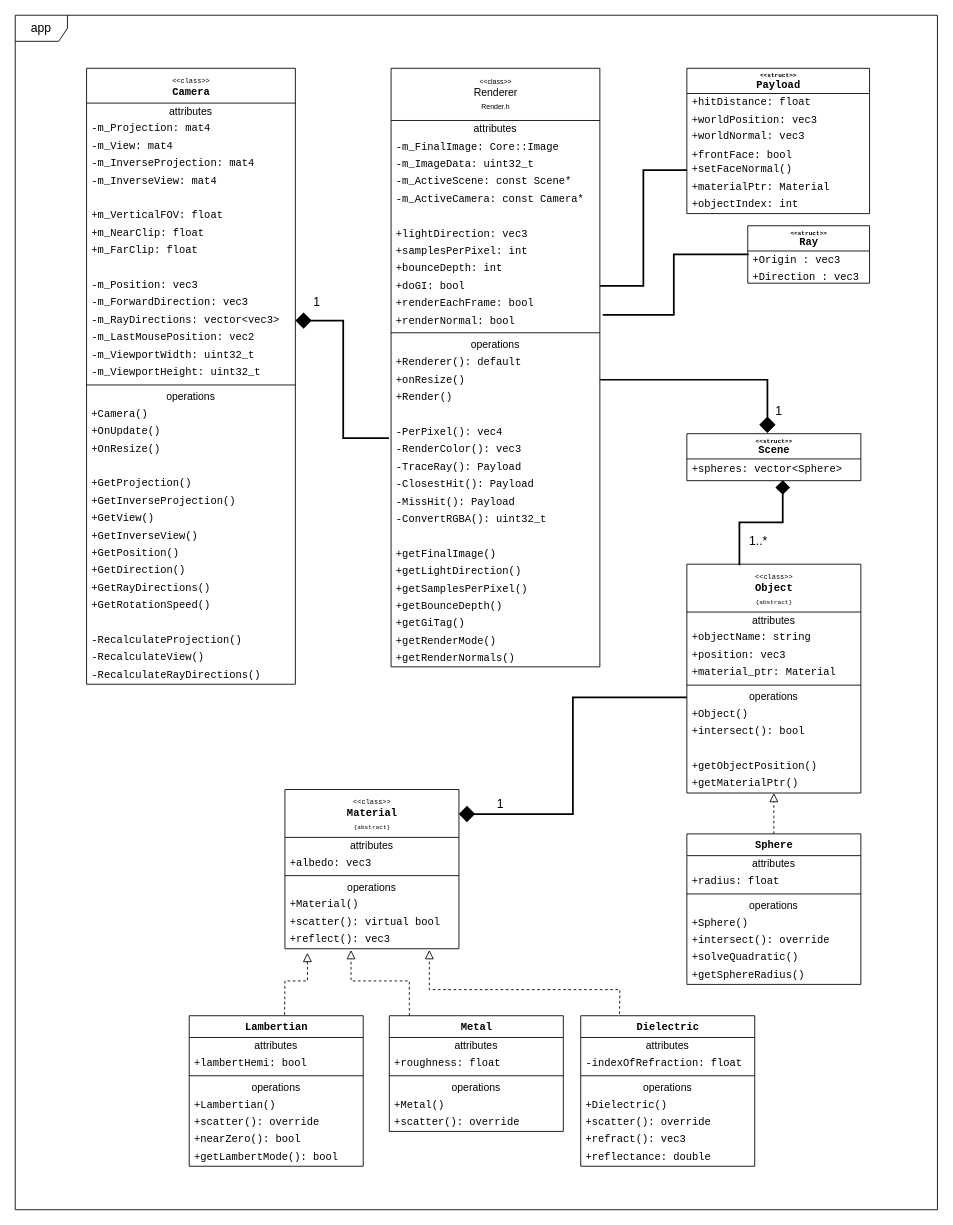
Earlier version of the draw.io diagram documentation/uml/classDiagram.drawio (DeanKJones/RayTracer). Source tidied: cells renumbered, new cells numbered last; positions are measured from the earlier drawing's top-left corner, leaving out a move shared by most shapes. Both pictures are drawn from the tidied source at 87%, with x=0, y=0 at pixel (15, 15).
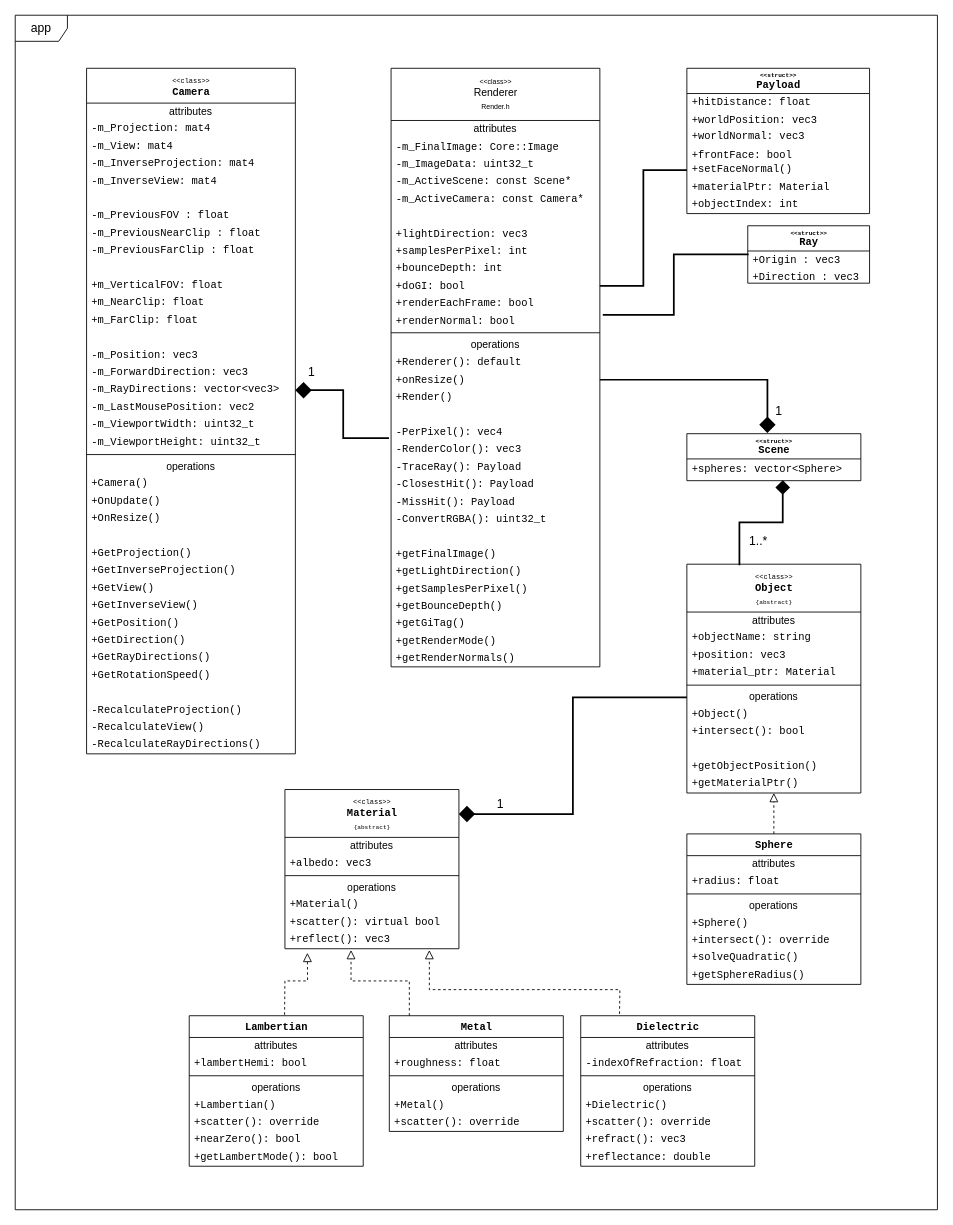
The same diagram, later.

Commit message (it also covers changes not shown here):
Update Class Diagram

The edit, as a diff of the source:
```diff
@@
     <mxCell id="85" value="&lt;font style=&quot;font-size: 8px&quot;&gt;&amp;lt;&amp;lt;class&amp;gt;&amp;gt;&lt;/font&gt;&lt;br&gt;&lt;b&gt;Camera&lt;/b&gt;" style="swimlane;fontStyle=0;align=center;verticalAlign=top;horizontal=1;startSize=40;html=1;fontFamily=Courier New;fontSize=12;rounded=0;" parent="1" vertex="1">
-      <mxGeometry x="82" y="61" width="240" height="708" as="geometry" />
+      <mxGeometry x="82" y="61" width="240" height="788" as="geometry" />
     </mxCell>
@@
+    <mxCell id="148" value="&lt;br&gt;" style="text;html=1;strokeColor=none;fillColor=none;align=left;verticalAlign=middle;spacingLeft=4;spacingRight=4;overflow=hidden;fontFamily=Courier New;fontSize=12;rounded=0;" parent="85" vertex="1">
+      <mxGeometry y="140" width="240" height="20" as="geometry" />
+    </mxCell>
+    <mxCell id="149" value="-m_PreviousFOV : float" style="text;html=1;strokeColor=none;fillColor=none;align=left;verticalAlign=middle;spacingLeft=4;spacingRight=4;overflow=hidden;fontFamily=Courier New;fontSize=12;rounded=0;" parent="85" vertex="1">
+      <mxGeometry y="160" width="240" height="20" as="geometry" />
+    </mxCell>
+    <mxCell id="150" value="-m_PreviousNearClip : float" style="text;html=1;strokeColor=none;fillColor=none;align=left;verticalAlign=middle;spacingLeft=4;spacingRight=4;overflow=hidden;fontFamily=Courier New;fontSize=12;rounded=0;" parent="85" vertex="1">
+      <mxGeometry y="180" width="240" height="20" as="geometry" />
+    </mxCell>
+    <mxCell id="151" value="-m_PreviousFarClip : float" style="text;html=1;strokeColor=none;fillColor=none;align=left;verticalAlign=middle;spacingLeft=4;spacingRight=4;overflow=hidden;fontFamily=Courier New;fontSize=12;rounded=0;" parent="85" vertex="1">
+      <mxGeometry y="200" width="240" height="20" as="geometry" />
+    </mxCell>
     <mxCell id="91" value="&lt;br&gt;" style="text;html=1;strokeColor=none;fillColor=none;align=left;verticalAlign=middle;spacingLeft=4;spacingRight=4;overflow=hidden;fontFamily=Courier New;fontSize=12;rounded=0;" parent="85" vertex="1">
-      <mxGeometry y="140" width="240" height="20" as="geometry" />
+      <mxGeometry y="220" width="240" height="20" as="geometry" />
     </mxCell>
     <mxCell id="92" value="+m_VerticalFOV: float" style="text;html=1;strokeColor=none;fillColor=none;align=left;verticalAlign=middle;spacingLeft=4;spacingRight=4;overflow=hidden;fontFamily=Courier New;fontSize=12;rounded=0;" parent="85" vertex="1">
-      <mxGeometry y="160" width="240" height="20" as="geometry" />
+      <mxGeometry y="240" width="240" height="20" as="geometry" />
     </mxCell>
     <mxCell id="93" value="+m_NearClip: float" style="text;html=1;strokeColor=none;fillColor=none;align=left;verticalAlign=middle;spacingLeft=4;spacingRight=4;overflow=hidden;fontFamily=Courier New;fontSize=12;rounded=0;" parent="85" vertex="1">
-      <mxGeometry y="180" width="240" height="20" as="geometry" />
+      <mxGeometry y="260" width="240" height="20" as="geometry" />
     </mxCell>
     <mxCell id="94" value="+m_FarClip: float" style="text;html=1;strokeColor=none;fillColor=none;align=left;verticalAlign=middle;spacingLeft=4;spacingRight=4;overflow=hidden;fontFamily=Courier New;fontSize=12;rounded=0;" parent="85" vertex="1">
-      <mxGeometry y="200" width="240" height="20" as="geometry" />
+      <mxGeometry y="280" width="240" height="20" as="geometry" />
     </mxCell>
     <mxCell id="95" value="&lt;br&gt;" style="text;html=1;strokeColor=none;fillColor=none;align=left;verticalAlign=middle;spacingLeft=4;spacingRight=4;overflow=hidden;fontFamily=Courier New;fontSize=12;rounded=0;" parent="85" vertex="1">
-      <mxGeometry y="220" width="240" height="20" as="geometry" />
+      <mxGeometry y="300" width="240" height="20" as="geometry" />
     </mxCell>
     <mxCell id="96" value="-m_Position: vec3" style="text;html=1;strokeColor=none;fillColor=none;align=left;verticalAlign=middle;spacingLeft=4;spacingRight=4;overflow=hidden;fontFamily=Courier New;fontSize=12;rounded=0;" parent="85" vertex="1">
-      <mxGeometry y="240" width="240" height="20" as="geometry" />
+      <mxGeometry y="320" width="240" height="20" as="geometry" />
     </mxCell>
     <mxCell id="97" value="-m_ForwardDirection: vec3" style="text;html=1;strokeColor=none;fillColor=none;align=left;verticalAlign=middle;spacingLeft=4;spacingRight=4;overflow=hidden;fontFamily=Courier New;fontSize=12;rounded=0;" parent="85" vertex="1">
-      <mxGeometry y="260" width="240" height="20" as="geometry" />
+      <mxGeometry y="340" width="240" height="20" as="geometry" />
     </mxCell>
     <mxCell id="98" value="-m_RayDirections: vector&amp;lt;vec3&amp;gt;" style="text;html=1;strokeColor=none;fillColor=none;align=left;verticalAlign=middle;spacingLeft=4;spacingRight=4;overflow=hidden;points=[[0,0.5],[1,0.5]];portConstraint=eastwest;fontFamily=Courier New;fontSize=12;rounded=0;" parent="85" vertex="1">
-      <mxGeometry y="280" width="240" height="20" as="geometry" />
+      <mxGeometry y="360" width="240" height="20" as="geometry" />
     </mxCell>
     <mxCell id="99" value="-m_LastMousePosition: vec2" style="text;html=1;strokeColor=none;fillColor=none;align=left;verticalAlign=middle;spacingLeft=4;spacingRight=4;overflow=hidden;fontFamily=Courier New;fontSize=12;rounded=0;" parent="85" vertex="1">
-      <mxGeometry y="300" width="240" height="20" as="geometry" />
+      <mxGeometry y="380" width="240" height="20" as="geometry" />
     </mxCell>
     <mxCell id="100" value="-m_ViewportWidth: uint32_t" style="text;html=1;strokeColor=none;fillColor=none;align=left;verticalAlign=middle;spacingLeft=4;spacingRight=4;overflow=hidden;fontFamily=Courier New;fontSize=12;rounded=0;" parent="85" vertex="1">
-      <mxGeometry y="320" width="240" height="20" as="geometry" />
+      <mxGeometry y="400" width="240" height="20" as="geometry" />
     </mxCell>
     <mxCell id="101" value="-m_ViewportHeight: uint32_t" style="text;html=1;strokeColor=none;fillColor=none;align=left;verticalAlign=middle;spacingLeft=4;spacingRight=4;overflow=hidden;fontFamily=Courier New;fontSize=12;rounded=0;" parent="85" vertex="1">
-      <mxGeometry y="340" width="240" height="20" as="geometry" />
+      <mxGeometry y="420" width="240" height="20" as="geometry" />
     </mxCell>
     <mxCell id="102" style="line;strokeWidth=1;fillColor=none;align=left;verticalAlign=middle;spacingTop=-1;spacingLeft=3;spacingRight=3;labelPosition=right;fontFamily=Courier New;fontSize=12;rounded=0;" parent="85" vertex="1">
-      <mxGeometry y="360" width="240" height="8" as="geometry" />
+      <mxGeometry y="440" width="240" height="8" as="geometry" />
     </mxCell>
     <mxCell id="103" value="&lt;font face=&quot;Helvetica&quot;&gt;operations&lt;/font&gt;" style="text;html=1;strokeColor=none;fillColor=none;align=center;verticalAlign=middle;spacingLeft=4;spacingRight=4;overflow=hidden;fontFamily=Courier New;fontSize=12;rounded=0;" parent="85" vertex="1">
-      <mxGeometry y="368" width="240" height="20" as="geometry" />
+      <mxGeometry y="448" width="240" height="20" as="geometry" />
     </mxCell>
     <mxCell id="104" value="+Camera()" style="text;html=1;strokeColor=none;fillColor=none;align=left;verticalAlign=middle;spacingLeft=4;spacingRight=4;overflow=hidden;fontFamily=Courier New;fontSize=12;rounded=0;" parent="85" vertex="1">
-      <mxGeometry y="388" width="240" height="20" as="geometry" />
+      <mxGeometry y="468" width="240" height="20" as="geometry" />
     </mxCell>
     <mxCell id="105" value="+OnUpdate()" style="text;html=1;strokeColor=none;fillColor=none;align=left;verticalAlign=middle;spacingLeft=4;spacingRight=4;overflow=hidden;fontFamily=Courier New;fontSize=12;rounded=0;" parent="85" vertex="1">
-      <mxGeometry y="408" width="240" height="20" as="geometry" />
+      <mxGeometry y="488" width="240" height="20" as="geometry" />
     </mxCell>
     <mxCell id="106" value="+OnResize()" style="text;html=1;strokeColor=none;fillColor=none;align=left;verticalAlign=middle;spacingLeft=4;spacingRight=4;overflow=hidden;fontFamily=Courier New;fontSize=12;rounded=0;" parent="85" vertex="1">
-      <mxGeometry y="428" width="240" height="20" as="geometry" />
+      <mxGeometry y="508" width="240" height="20" as="geometry" />
     </mxCell>
     <mxCell id="107" value="&lt;br&gt;" style="text;html=1;strokeColor=none;fillColor=none;align=left;verticalAlign=middle;spacingLeft=4;spacingRight=4;overflow=hidden;fontFamily=Courier New;fontSize=12;rounded=0;" parent="85" vertex="1">
-      <mxGeometry y="448" width="240" height="20" as="geometry" />
+      <mxGeometry y="528" width="240" height="20" as="geometry" />
     </mxCell>
     <mxCell id="108" value="+GetProjection()" style="text;html=1;strokeColor=none;fillColor=none;align=left;verticalAlign=middle;spacingLeft=4;spacingRight=4;overflow=hidden;fontFamily=Courier New;fontSize=12;rounded=0;" parent="85" vertex="1">
-      <mxGeometry y="468" width="240" height="20" as="geometry" />
+      <mxGeometry y="548" width="240" height="20" as="geometry" />
     </mxCell>
     <mxCell id="109" value="+GetInverseProjection()" style="text;html=1;strokeColor=none;fillColor=none;align=left;verticalAlign=middle;spacingLeft=4;spacingRight=4;overflow=hidden;fontFamily=Courier New;fontSize=12;rounded=0;" parent="85" vertex="1">
-      <mxGeometry y="488" width="240" height="20" as="geometry" />
+      <mxGeometry y="568" width="240" height="20" as="geometry" />
     </mxCell>
     <mxCell id="110" value="+GetView()" style="text;html=1;strokeColor=none;fillColor=none;align=left;verticalAlign=middle;spacingLeft=4;spacingRight=4;overflow=hidden;fontFamily=Courier New;fontSize=12;rounded=0;" parent="85" vertex="1">
-      <mxGeometry y="508" width="240" height="20" as="geometry" />
+      <mxGeometry y="588" width="240" height="20" as="geometry" />
     </mxCell>
     <mxCell id="111" value="+GetInverseView()" style="text;html=1;strokeColor=none;fillColor=none;align=left;verticalAlign=middle;spacingLeft=4;spacingRight=4;overflow=hidden;fontFamily=Courier New;fontSize=12;rounded=0;" parent="85" vertex="1">
-      <mxGeometry y="528" width="240" height="20" as="geometry" />
+      <mxGeometry y="608" width="240" height="20" as="geometry" />
     </mxCell>
     <mxCell id="112" value="+GetPosition()" style="text;html=1;strokeColor=none;fillColor=none;align=left;verticalAlign=middle;spacingLeft=4;spacingRight=4;overflow=hidden;fontFamily=Courier New;fontSize=12;rounded=0;" parent="85" vertex="1">
-      <mxGeometry y="548" width="240" height="20" as="geometry" />
+      <mxGeometry y="628" width="240" height="20" as="geometry" />
     </mxCell>
     <mxCell id="113" value="+GetDirection()" style="text;html=1;strokeColor=none;fillColor=none;align=left;verticalAlign=middle;spacingLeft=4;spacingRight=4;overflow=hidden;fontFamily=Courier New;fontSize=12;rounded=0;" parent="85" vertex="1">
-      <mxGeometry y="568" width="240" height="20" as="geometry" />
+      <mxGeometry y="648" width="240" height="20" as="geometry" />
     </mxCell>
     <mxCell id="114" value="+GetRayDirections()" style="text;html=1;strokeColor=none;fillColor=none;align=left;verticalAlign=middle;spacingLeft=4;spacingRight=4;overflow=hidden;fontFamily=Courier New;fontSize=12;rounded=0;" parent="85" vertex="1">
-      <mxGeometry y="588" width="240" height="20" as="geometry" />
+      <mxGeometry y="668" width="240" height="20" as="geometry" />
     </mxCell>
     <mxCell id="115" value="+GetRotationSpeed()" style="text;html=1;strokeColor=none;fillColor=none;align=left;verticalAlign=middle;spacingLeft=4;spacingRight=4;overflow=hidden;fontFamily=Courier New;fontSize=12;rounded=0;" parent="85" vertex="1">
-      <mxGeometry y="608" width="240" height="20" as="geometry" />
+      <mxGeometry y="688" width="240" height="20" as="geometry" />
     </mxCell>
     <mxCell id="116" value="&lt;br&gt;" style="text;html=1;strokeColor=none;fillColor=none;align=left;verticalAlign=middle;spacingLeft=4;spacingRight=4;overflow=hidden;fontFamily=Courier New;fontSize=12;rounded=0;" parent="85" vertex="1">
-      <mxGeometry y="628" width="240" height="20" as="geometry" />
+      <mxGeometry y="708" width="240" height="20" as="geometry" />
     </mxCell>
     <mxCell id="117" value="-RecalculateProjection()" style="text;html=1;strokeColor=none;fillColor=none;align=left;verticalAlign=middle;spacingLeft=4;spacingRight=4;overflow=hidden;fontFamily=Courier New;fontSize=12;rounded=0;" parent="85" vertex="1">
-      <mxGeometry y="648" width="240" height="20" as="geometry" />
+      <mxGeometry y="728" width="240" height="20" as="geometry" />
     </mxCell>
     <mxCell id="118" value="-RecalculateView()" style="text;html=1;strokeColor=none;fillColor=none;align=left;verticalAlign=middle;spacingLeft=4;spacingRight=4;overflow=hidden;fontFamily=Courier New;fontSize=12;rounded=0;" parent="85" vertex="1">
-      <mxGeometry y="668" width="240" height="20" as="geometry" />
+      <mxGeometry y="748" width="240" height="20" as="geometry" />
     </mxCell>
     <mxCell id="119" value="-RecalculateRayDirections()" style="text;html=1;strokeColor=none;fillColor=none;align=left;verticalAlign=middle;spacingLeft=4;spacingRight=4;overflow=hidden;fontFamily=Courier New;fontSize=12;rounded=0;" parent="85" vertex="1">
-      <mxGeometry y="688" width="240" height="20" as="geometry" />
+      <mxGeometry y="768" width="240" height="20" as="geometry" />
     </mxCell>
```
